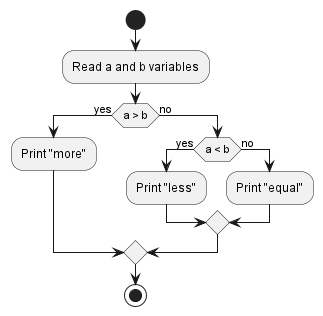
Above: diagram.png in darkringfire/synergy-prog-2.2 (PlantUML), before the change. Source of this version:
```plantuml
@startuml
start
:Read a and b variables;
if (a > b) is (yes) then
  :Print "more";
else (no)
  if (a < b) is (yes) then
    :Print "less";
  else (no)
    :Print "equal";
  endif;
endif;
stop
@enduml
```
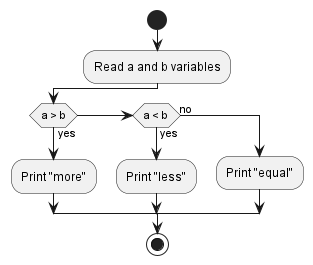
After the change.

Change to the diagram source:
```diff
@@ -1,14 +1,12 @@
 @startuml
 start
 :Read a and b variables;
-if (a > b) is (yes) then
-  :Print "more";
+if (a > b) then (yes)
+    :Print "more";
+elseif (a < b) then (yes)
+    :Print "less";
 else (no)
-  if (a < b) is (yes) then
-    :Print "less";
-  else (no)
     :Print "equal";
-  endif;
-endif;
+endif
 stop
 @enduml
```
